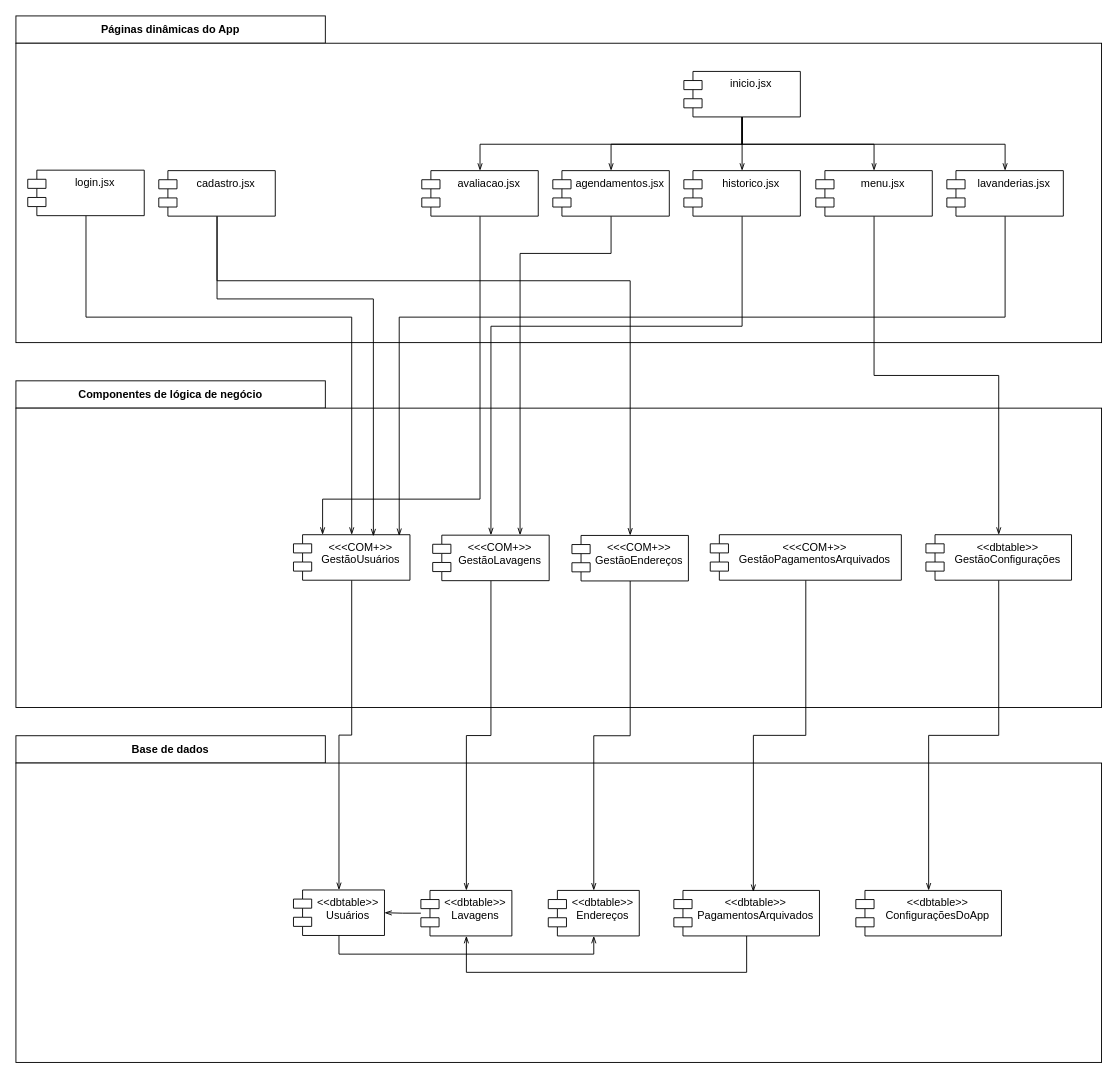
Earlier version of the draw.io diagram image/Diagrama de componentes/diagrama_componentes.drawio (MuriloGomesMunhoz/A-SClean). Source tidied: cells renumbered, new cells numbered last; positions are measured from the earlier drawing's top-left corner, leaving out a move shared by most shapes. Both pictures are drawn from the tidied source at 91%, with x=0, y=0 at pixel (15, 15).
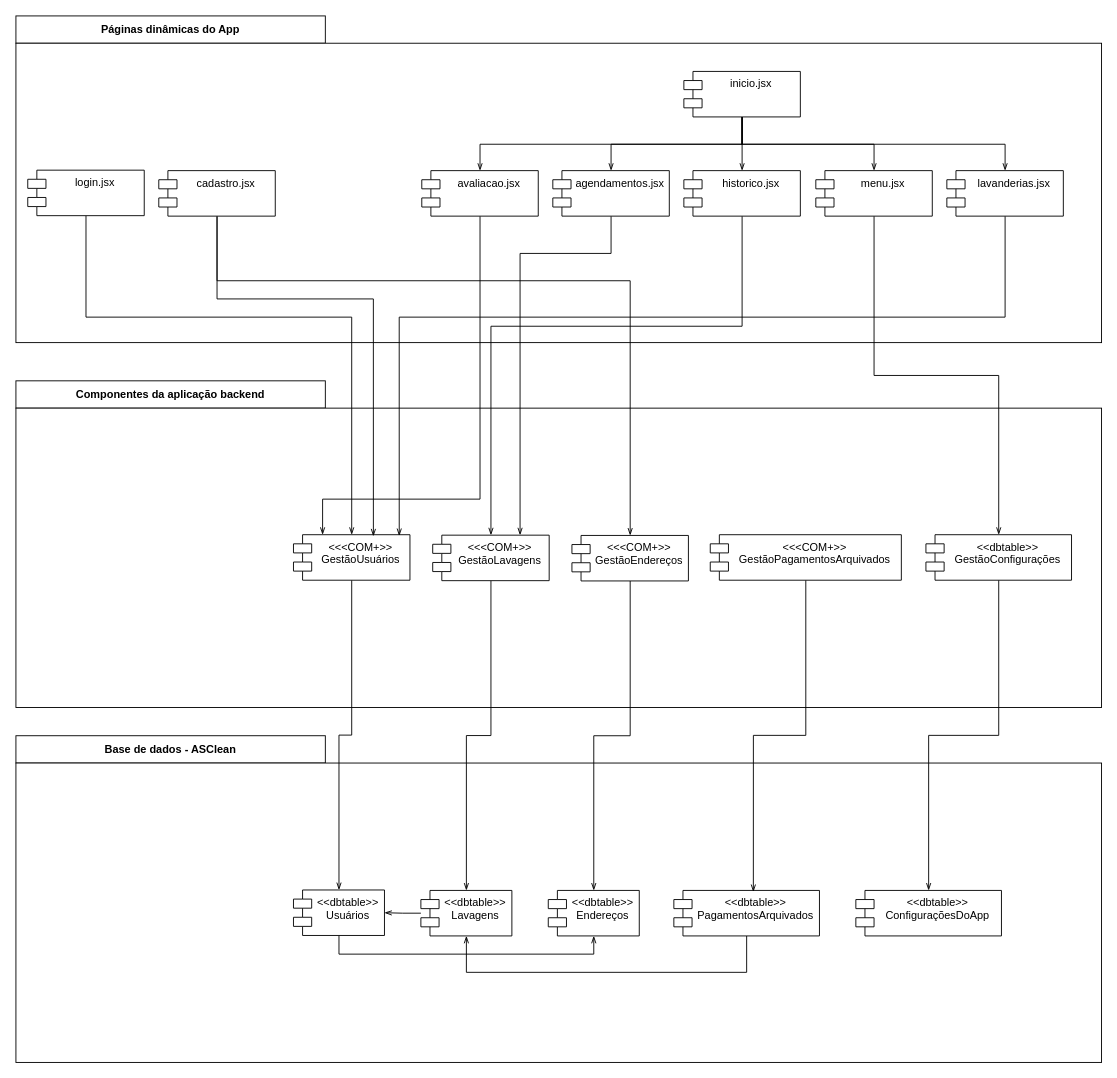
The same diagram, later.

Diff of the diagram source:
```diff
@@
-    <mxCell id="3" value="&lt;b&gt;Componentes de lógica de negócio&lt;/b&gt;" style="rounded=0;whiteSpace=wrap;html=1;" parent="1" vertex="1">
+    <mxCell id="3" value="&lt;b&gt;Componentes da aplicação backend&lt;/b&gt;" style="rounded=0;whiteSpace=wrap;html=1;" parent="1" vertex="1">
       <mxGeometry y="401" width="340" height="30" as="geometry" />
     </mxCell>
-    <mxCell id="4" value="&lt;b&gt;Base de dados&lt;/b&gt;" style="rounded=0;whiteSpace=wrap;html=1;" parent="1" vertex="1">
+    <mxCell id="4" value="&lt;b&gt;Base de dados - ASClean&lt;/b&gt;" style="rounded=0;whiteSpace=wrap;html=1;" parent="1" vertex="1">
       <mxGeometry y="791" width="340" height="30" as="geometry" />
     </mxCell>
```
